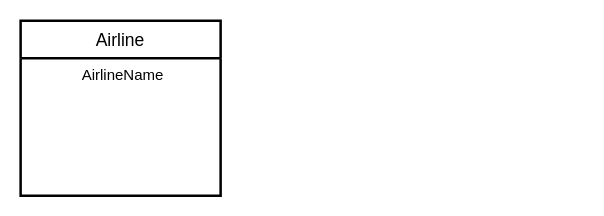
BrewerWill/Flight-Scheduling-ER keeps this draw.io diagram as Untitled Diagram.drawio. Above is the earlier version. Source tidied: cells renumbered, new cells numbered last; positions are measured from the earlier drawing's top-left corner, leaving out a move shared by most shapes. Both pictures are drawn from the tidied source at 125%, with x=0, y=0 at pixel (20, 20).
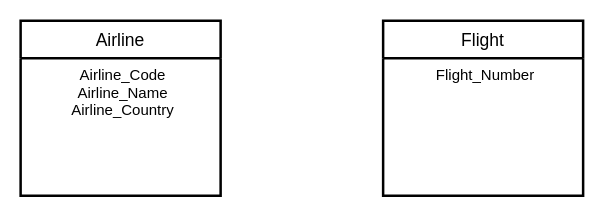
The same diagram, later.

The edit, as a diff of the source:
```diff
@@
 <mxGraphModel>
   <root>
     <mxCell id="0" />
     <mxCell id="1" parent="0" />
     <mxCell id="2" value="Airline" style="swimlane;horizontal=1;startSize=30;rounded=1;fontSize=14;fontStyle=0;strokeWidth=2;shadow=0;dashed=0;align=center;arcSize=0;" parent="1" vertex="1">
       <mxGeometry width="160" height="140" as="geometry" />
     </mxCell>
-    <mxCell id="3" value="AirlineName" style="align=center;strokeColor=none;fillColor=none;spacingLeft=4;fontSize=12;verticalAlign=top;" parent="2" vertex="1">
+    <mxCell id="3" value="Airline_Code&#10;Airline_Name&#10;Airline_Country&#10;" style="align=center;strokeColor=none;fillColor=none;spacingLeft=4;fontSize=12;verticalAlign=top;" parent="2" vertex="1">
       <mxGeometry y="30" width="160" height="110" as="geometry" />
     </mxCell>
+    <mxCell id="4" value="Flight" style="swimlane;horizontal=1;startSize=30;rounded=1;fontSize=14;fontStyle=0;strokeWidth=2;shadow=0;dashed=0;align=center;arcSize=0;" parent="1" vertex="1">
+      <mxGeometry x="290" width="160" height="140" as="geometry" />
+    </mxCell>
+    <mxCell id="5" value="Flight_Number" style="align=center;strokeColor=none;fillColor=none;spacingLeft=4;fontSize=12;verticalAlign=top;" parent="4" vertex="1">
+      <mxGeometry y="30" width="160" height="110" as="geometry" />
+    </mxCell>
   </root>
 </mxGraphModel>
```
